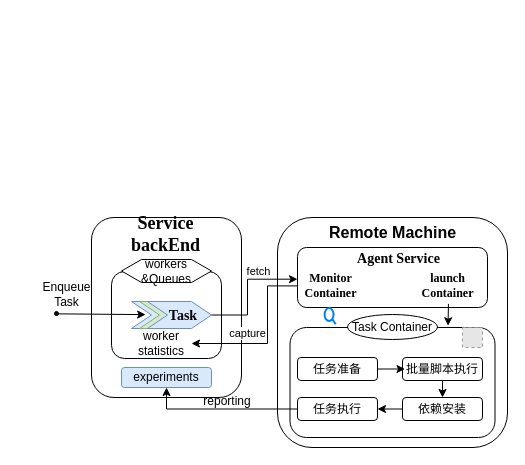
The draw.io diagram page "第 3 页" (3 of 3) of clearml架构.drawio in paleblackless/diagrams, before the edit. Source tidied: cells renumbered, new cells numbered last; positions are measured from the earlier drawing's top-left corner, leaving out a move shared by most shapes. Both pictures are drawn from the tidied source at 100%, with x=0, y=0 at pixel (17, 17). Pictures stored in the file or linked from it are replaced by grey dashed boxes.
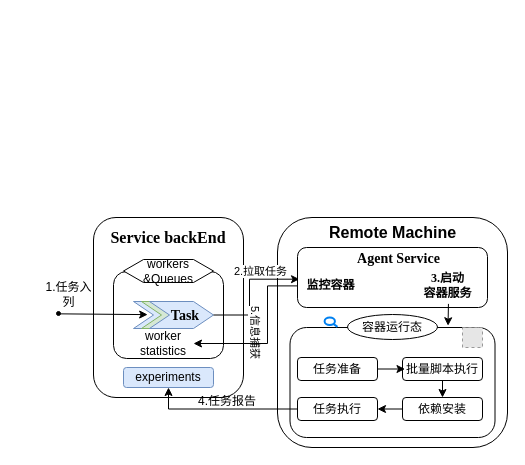
The same page after the edit.

Unchanged cells that the change refers to:
```xml
<mxCell id="14" style="edgeStyle=orthogonalEdgeStyle;rounded=0;jettySize=auto;html=1;exitX=1;exitY=0.5;exitDx=0;exitDy=0;" parent="9" edge="1" source="12">
  <mxGeometry relative="1" as="geometry">
    <mxPoint x="166" y="-22.3" as="targetPoint" />
    <Array as="points">
      <mxPoint x="116" y="13.5" />
      <mxPoint x="116" y="-22.3" />
    </Array>
  </mxGeometry>
</mxCell>
<mxCell id="17" value="worker statistics" style="rounded=1;whiteSpace=wrap;html=1;strokeColor=none;fillColor=none;" parent="7" vertex="1">
  <mxGeometry x="20" y="70" width="60" height="30" as="geometry" />
</mxCell>
```

The edit, as a diff of the source:
```diff
@@
     <mxCell id="4" style="group;" parent="1" vertex="1">
-      <mxGeometry x="14" y="200" width="210" height="180" as="geometry" />
+      <mxGeometry x="16" y="200" width="216" height="180" as="geometry" />
     </mxCell>
@@
-    <mxCell id="6" value="&lt;b&gt;&lt;font style=&quot;font-size: 18px;&quot; face=&quot;Times New Roman&quot;&gt;Service backEnd&lt;/font&gt;&lt;/b&gt;" style="text;html=1;strokeColor=none;fillColor=none;align=center;verticalAlign=middle;whiteSpace=wrap;rounded=0;" parent="4" vertex="1">
-      <mxGeometry x="82" y="2" width="105" height="30" as="geometry" />
+    <mxCell id="6" value="&lt;b&gt;&lt;font style=&quot;font-size: 16px;&quot; face=&quot;Times New Roman&quot;&gt;Service backEnd&lt;/font&gt;&lt;/b&gt;" style="text;html=1;strokeColor=none;fillColor=none;align=center;verticalAlign=middle;whiteSpace=wrap;rounded=0;" parent="4" vertex="1">
+      <mxGeometry x="71" y="10" width="128" height="20" as="geometry" />
     </mxCell>
@@
-    <mxCell id="15" value="fetch" style="edgeLabel;html=1;align=center;verticalAlign=middle;" parent="14" vertex="1">
+    <mxCell id="15" value="2.拉取任务" style="edgeLabel;html=1;align=center;verticalAlign=middle;" parent="14" vertex="1">
       <mxGeometry x="0.23" y="1" relative="1" as="geometry">
         <mxPoint x="7" y="-7" as="offset" />
       </mxGeometry>
     </mxCell>
@@
-    <mxCell id="21" value="Enqueue Task" style="text;html=1;strokeColor=none;fillColor=none;align=center;verticalAlign=middle;whiteSpace=wrap;rounded=0;" parent="4" vertex="1">
+    <mxCell id="21" value="1.任务入列" style="text;html=1;strokeColor=none;fillColor=none;align=center;verticalAlign=middle;whiteSpace=wrap;rounded=0;" parent="4" vertex="1">
       <mxGeometry x="11" y="62" width="49" height="30" as="geometry" />
     </mxCell>
+    <mxCell id="44" value="5.信息捕获" style="edgeLabel;html=1;align=center;verticalAlign=middle;rotation=90;" parent="4" vertex="1">
+      <mxGeometry x="216" y="110" as="geometry">
+        <mxPoint x="4" y="-7" as="offset" />
+      </mxGeometry>
+    </mxCell>
@@
-    <mxCell id="23" value="Task Container" style="ellipse;whiteSpace=wrap;html=1;" parent="1" vertex="1">
+    <mxCell id="23" value="容器运行态" style="ellipse;whiteSpace=wrap;html=1;" parent="1" vertex="1">
       <mxGeometry x="330" y="297" width="90" height="25" as="geometry" />
     </mxCell>
@@
     <mxCell id="25" style="group;" parent="1" vertex="1">
-      <mxGeometry x="280" y="230" width="190" height="60" as="geometry" />
+      <mxGeometry x="280" y="230" width="190" height="70" as="geometry" />
     </mxCell>
@@
-    <mxCell id="28" value="&lt;font face=&quot;Times New Roman&quot;&gt;&lt;b&gt;launch Container&lt;/b&gt;&lt;/font&gt;" style="text;html=1;strokeColor=none;fillColor=none;align=center;verticalAlign=middle;whiteSpace=wrap;rounded=0;" parent="25" vertex="1">
+    <mxCell id="28" value="&lt;font face=&quot;Times New Roman&quot;&gt;&lt;b&gt;3.启动&lt;br&gt;容器服务&lt;/b&gt;&lt;/font&gt;" style="text;html=1;strokeColor=none;fillColor=none;align=center;verticalAlign=middle;whiteSpace=wrap;rounded=0;" parent="25" vertex="1">
       <mxGeometry x="117.4" y="20.4" width="67.1" height="36" as="geometry" />
     </mxCell>
-    <mxCell id="29" value="&lt;font face=&quot;Times New Roman&quot;&gt;&lt;b&gt;Monitor Container&lt;/b&gt;&lt;/font&gt;" style="text;html=1;strokeColor=none;fillColor=none;align=center;verticalAlign=middle;whiteSpace=wrap;rounded=0;" parent="25" vertex="1">
+    <mxCell id="29" value="&lt;font face=&quot;Times New Roman&quot;&gt;&lt;b&gt;监控容器&lt;/b&gt;&lt;/font&gt;" style="text;html=1;strokeColor=none;fillColor=none;align=center;verticalAlign=middle;whiteSpace=wrap;rounded=0;" parent="25" vertex="1">
       <mxGeometry y="20.4" width="67.1" height="36" as="geometry" />
     </mxCell>
-    <mxCell id="30" style="html=1;verticalLabelPosition=bottom;align=center;labelBackgroundColor=#ffffff;verticalAlign=top;strokeWidth=2;strokeColor=#0080F0;shadow=0;dashed=0;shape=mxgraph.ios7.icons.looking_glass;" parent="25" vertex="1">
-      <mxGeometry x="27.1" y="60.6" width="11.2" height="16.2" as="geometry" />
-    </mxCell>
@@
-    <mxCell id="40" value="reporting" style="text;html=1;strokeColor=none;fillColor=none;align=center;verticalAlign=middle;whiteSpace=wrap;rounded=0;" parent="1" vertex="1">
+    <mxCell id="40" value="4.任务报告" style="text;html=1;strokeColor=none;fillColor=none;align=center;verticalAlign=middle;whiteSpace=wrap;rounded=0;" parent="1" vertex="1">
       <mxGeometry x="180" y="380" width="60" height="7" as="geometry" />
     </mxCell>
-    <mxCell id="41" style="edgeStyle=orthogonalEdgeStyle;rounded=0;jettySize=auto;html=1;exitX=0;exitY=0.5;exitDx=0;exitDy=0;entryX=1;entryY=0.5;entryDx=0;entryDy=0;" parent="1" edge="1" source="29" target="17">
+    <mxCell id="41" style="edgeStyle=orthogonalEdgeStyle;rounded=0;jettySize=auto;html=1;entryX=1;entryY=0.5;entryDx=0;entryDy=0;exitX=0;exitY=0.5;exitDx=0;exitDy=0;" parent="1" edge="1" source="29" target="17">
       <mxGeometry relative="1" as="geometry">
         <Array as="points">
           <mxPoint x="250" y="268" />
           <mxPoint x="250" y="326" />
         </Array>
       </mxGeometry>
     </mxCell>
-    <mxCell id="42" value="capture" style="edgeLabel;html=1;align=center;verticalAlign=middle;" parent="41" vertex="1">
-      <mxGeometry x="0.28" y="2" relative="1" as="geometry">
-        <mxPoint x="-3" y="-13" as="offset" />
-      </mxGeometry>
-    </mxCell>
@@
+    <mxCell id="30" style="html=1;verticalLabelPosition=bottom;align=center;labelBackgroundColor=#ffffff;verticalAlign=top;strokeWidth=2;strokeColor=#0080F0;shadow=0;dashed=0;shape=mxgraph.ios7.icons.looking_glass;" parent="1" vertex="1">
+      <mxGeometry x="307.1" y="300" width="12.9" height="9.4" as="geometry" />
+    </mxCell>
```
